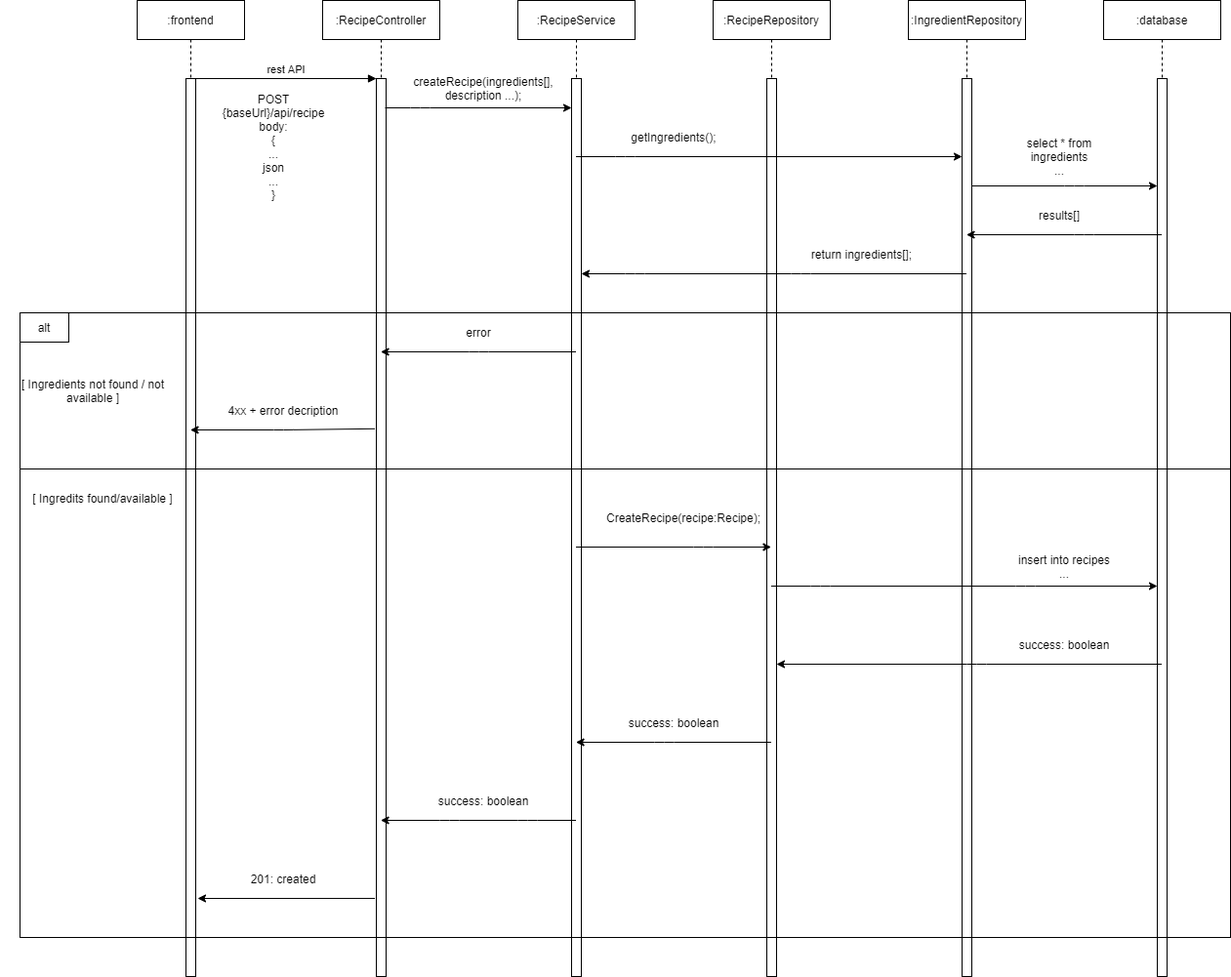
Above: Diagrammi/Diagramma di Sequenza.png in UnimibSoftEngCourse2021/progetto-birra-2-gruppo-birra-2 (draw.io), before the change. Source tidied: cells renumbered, new cells last; positions are measured from the earlier drawing's top-left corner, leaving out a move shared by most shapes.
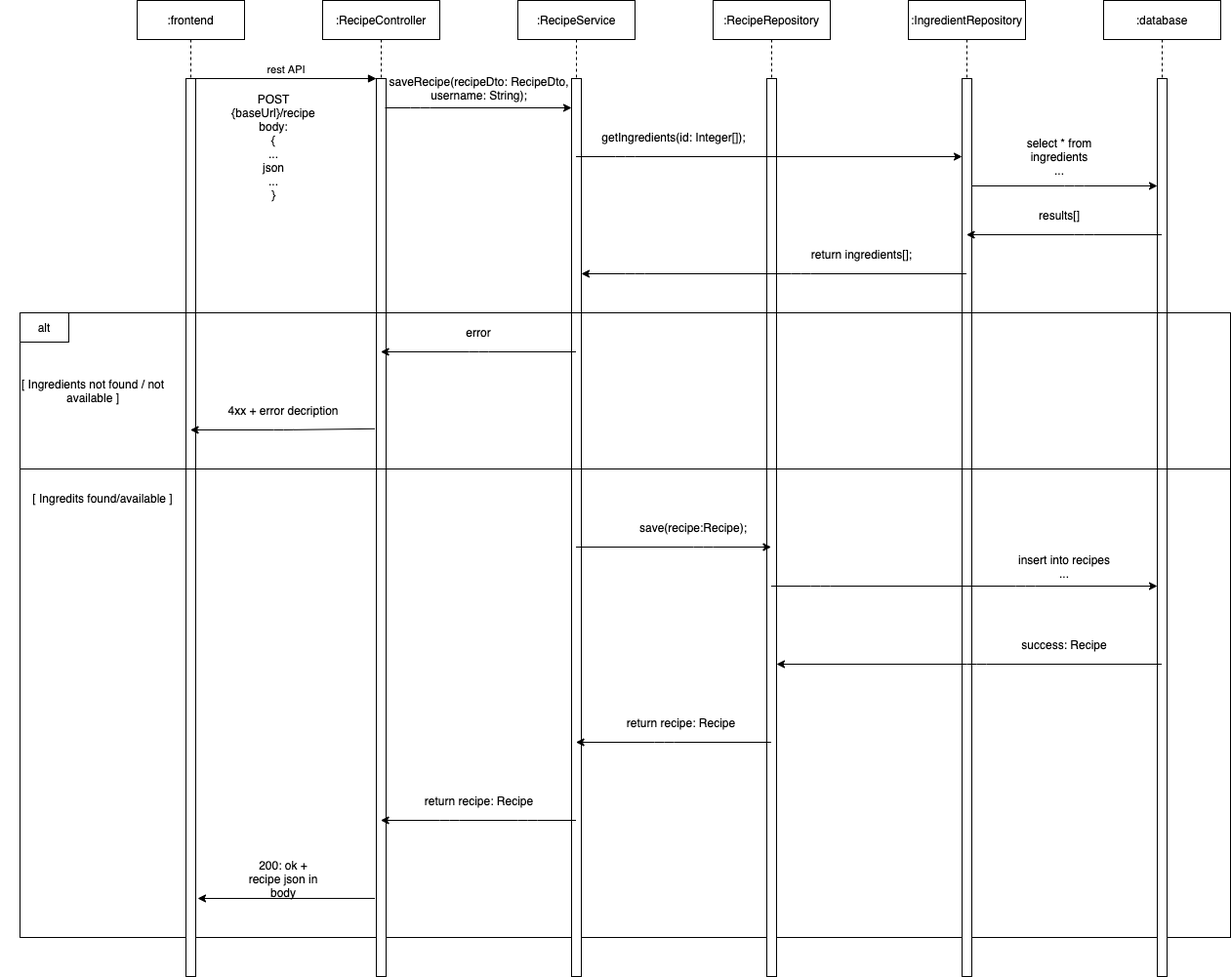
Above is the later version.

Commit message:
Documentazione: updated diagramma di sequenza

The edit, as a diff of the source:
```diff
@@ -2,6 +2,9 @@
   <root>
     <mxCell id="0" />
     <mxCell id="1" parent="0" />
+    <mxCell id="37" style="rounded=0;whiteSpace=wrap;html=1;fillColor=none;" parent="1" vertex="1">
+      <mxGeometry x="20" y="480" width="1240" height="480" as="geometry" />
+    </mxCell>
     <mxCell id="2" value=":frontend" style="shape=umlLifeline;perimeter=lifelinePerimeter;rounded=0;shadow=0;strokeWidth=1;" parent="1" vertex="1">
       <mxGeometry x="140" width="110" height="1000" as="geometry" />
     </mxCell>
@@ -49,8 +52,8 @@
         </Array>
       </mxGeometry>
     </mxCell>
-    <mxCell id="16" value="createRecipe(ingredients[], description ...);" style="text;html=1;strokeColor=none;fillColor=none;align=center;verticalAlign=middle;whiteSpace=wrap;rounded=0;" parent="1" vertex="1">
-      <mxGeometry x="475" y="80" width="40" height="20" as="geometry" />
+    <mxCell id="16" value="saveRecipe(recipeDto: RecipeDto, username: String);" style="text;html=1;strokeColor=none;fillColor=none;align=center;verticalAlign=middle;whiteSpace=wrap;rounded=0;" parent="1" vertex="1">
+      <mxGeometry x="377.5" y="80" width="225" height="20" as="geometry" />
     </mxCell>
     <mxCell id="17" style="endArrow=classic;html=1;" parent="1" edge="1" source="7" target="14">
       <mxGeometry relative="1" as="geometry">
@@ -59,8 +62,8 @@
         </Array>
       </mxGeometry>
     </mxCell>
-    <mxCell id="18" value="getIngredients();" style="text;html=1;strokeColor=none;fillColor=none;align=center;verticalAlign=middle;whiteSpace=wrap;rounded=0;" parent="1" vertex="1">
-      <mxGeometry x="670" y="130" width="40" height="20" as="geometry" />
+    <mxCell id="18" value="getIngredients(id: Integer[]);" style="text;html=1;strokeColor=none;fillColor=none;align=center;verticalAlign=middle;whiteSpace=wrap;rounded=0;" parent="1" vertex="1">
+      <mxGeometry x="605" y="130" width="170" height="20" as="geometry" />
     </mxCell>
     <mxCell id="19" style="endArrow=classic;html=1;" parent="1" edge="1" source="13" target="8">
       <mxGeometry relative="1" as="geometry">
@@ -94,8 +97,8 @@
         </Array>
       </mxGeometry>
     </mxCell>
-    <mxCell id="24" value="CreateRecipe(recipe:Recipe);" style="text;html=1;strokeColor=none;fillColor=none;align=center;verticalAlign=middle;whiteSpace=wrap;rounded=0;" parent="1" vertex="1">
-      <mxGeometry x="680" y="520" width="40" height="20" as="geometry" />
+    <mxCell id="24" value="save(recipe:Recipe);" style="text;html=1;strokeColor=none;fillColor=none;align=center;verticalAlign=middle;whiteSpace=wrap;rounded=0;" parent="1" vertex="1">
+      <mxGeometry x="690" y="530" width="40" height="20" as="geometry" />
     </mxCell>
     <mxCell id="25" style="endArrow=classic;html=1;" parent="1" edge="1" source="9" target="12">
       <mxGeometry relative="1" as="geometry">
@@ -136,24 +139,18 @@
     <mxCell id="31" value="results[]" style="text;html=1;strokeColor=none;fillColor=none;align=center;verticalAlign=middle;whiteSpace=wrap;rounded=0;" parent="1" vertex="1">
       <mxGeometry x="1065" y="210" width="40" height="20" as="geometry" />
     </mxCell>
-    <mxCell id="32" value="success: boolean" style="text;html=1;strokeColor=none;fillColor=none;align=center;verticalAlign=middle;whiteSpace=wrap;rounded=0;" parent="1" vertex="1">
+    <mxCell id="32" value="success: Recipe" style="text;html=1;strokeColor=none;fillColor=none;align=center;verticalAlign=middle;whiteSpace=wrap;rounded=0;" parent="1" vertex="1">
       <mxGeometry x="1035" y="650" width="110" height="20" as="geometry" />
     </mxCell>
-    <mxCell id="33" value="success: boolean" style="text;html=1;strokeColor=none;fillColor=none;align=center;verticalAlign=middle;whiteSpace=wrap;rounded=0;" parent="1" vertex="1">
-      <mxGeometry x="635" y="730" width="110" height="20" as="geometry" />
+    <mxCell id="33" value="return recipe: Recipe" style="text;html=1;strokeColor=none;fillColor=none;align=center;verticalAlign=middle;whiteSpace=wrap;rounded=0;" parent="1" vertex="1">
+      <mxGeometry x="635" y="730" width="125" height="20" as="geometry" />
     </mxCell>
-    <mxCell id="34" value="success: boolean" style="text;html=1;strokeColor=none;fillColor=none;align=center;verticalAlign=middle;whiteSpace=wrap;rounded=0;" parent="1" vertex="1">
-      <mxGeometry x="440" y="810" width="110" height="20" as="geometry" />
-    </mxCell>
-    <mxCell id="35" value="POST {baseUrl}/api/recipe&lt;br&gt;body:&lt;br&gt;{&lt;br&gt;...&lt;br&gt;json&lt;br&gt;...&lt;br&gt;}" style="text;html=1;strokeColor=none;fillColor=none;align=center;verticalAlign=middle;whiteSpace=wrap;rounded=0;" parent="1" vertex="1">
+    <mxCell id="35" value="POST {baseUrl}/recipe&lt;br&gt;body:&lt;br&gt;{&lt;br&gt;...&lt;br&gt;json&lt;br&gt;...&lt;br&gt;}" style="text;html=1;strokeColor=none;fillColor=none;align=center;verticalAlign=middle;whiteSpace=wrap;rounded=0;" parent="1" vertex="1">
       <mxGeometry x="260" y="140" width="40" height="20" as="geometry" />
     </mxCell>
     <mxCell id="36" style="rounded=0;whiteSpace=wrap;html=1;fillColor=none;" parent="1" vertex="1">
       <mxGeometry x="20" y="320" width="1240" height="160" as="geometry" />
     </mxCell>
-    <mxCell id="37" style="rounded=0;whiteSpace=wrap;html=1;fillColor=none;" parent="1" vertex="1">
-      <mxGeometry x="20" y="480" width="1240" height="480" as="geometry" />
-    </mxCell>
     <mxCell id="38" style="rounded=0;whiteSpace=wrap;html=1;" parent="1" vertex="1">
       <mxGeometry x="20" y="320" width="50" height="30" as="geometry" />
     </mxCell>
@@ -185,7 +182,7 @@
         <mxPoint x="202" y="920" as="targetPoint" />
       </mxGeometry>
     </mxCell>
-    <mxCell id="45" value="201: created" style="text;html=1;strokeColor=none;fillColor=none;align=center;verticalAlign=middle;whiteSpace=wrap;rounded=0;" parent="1" vertex="1">
+    <mxCell id="45" value="200: ok + recipe json in body" style="text;html=1;strokeColor=none;fillColor=none;align=center;verticalAlign=middle;whiteSpace=wrap;rounded=0;" parent="1" vertex="1">
       <mxGeometry x="250" y="890" width="80" height="20" as="geometry" />
     </mxCell>
     <mxCell id="46" value="[ Ingredits found/available ]" style="text;html=1;strokeColor=none;fillColor=none;align=center;verticalAlign=middle;whiteSpace=wrap;rounded=0;" parent="1" vertex="1">
@@ -194,5 +191,8 @@
     <mxCell id="47" value="[ Ingredients not found / not available ]" style="text;html=1;strokeColor=none;fillColor=none;align=center;verticalAlign=middle;whiteSpace=wrap;rounded=0;" parent="1" vertex="1">
       <mxGeometry y="390" width="190" height="20" as="geometry" />
     </mxCell>
+    <mxCell id="48" value="return recipe: Recipe" style="text;html=1;strokeColor=none;fillColor=none;align=center;verticalAlign=middle;whiteSpace=wrap;rounded=0;" parent="1" vertex="1">
+      <mxGeometry x="427.5" y="810" width="125" height="20" as="geometry" />
+    </mxCell>
   </root>
 </mxGraphModel>
```
